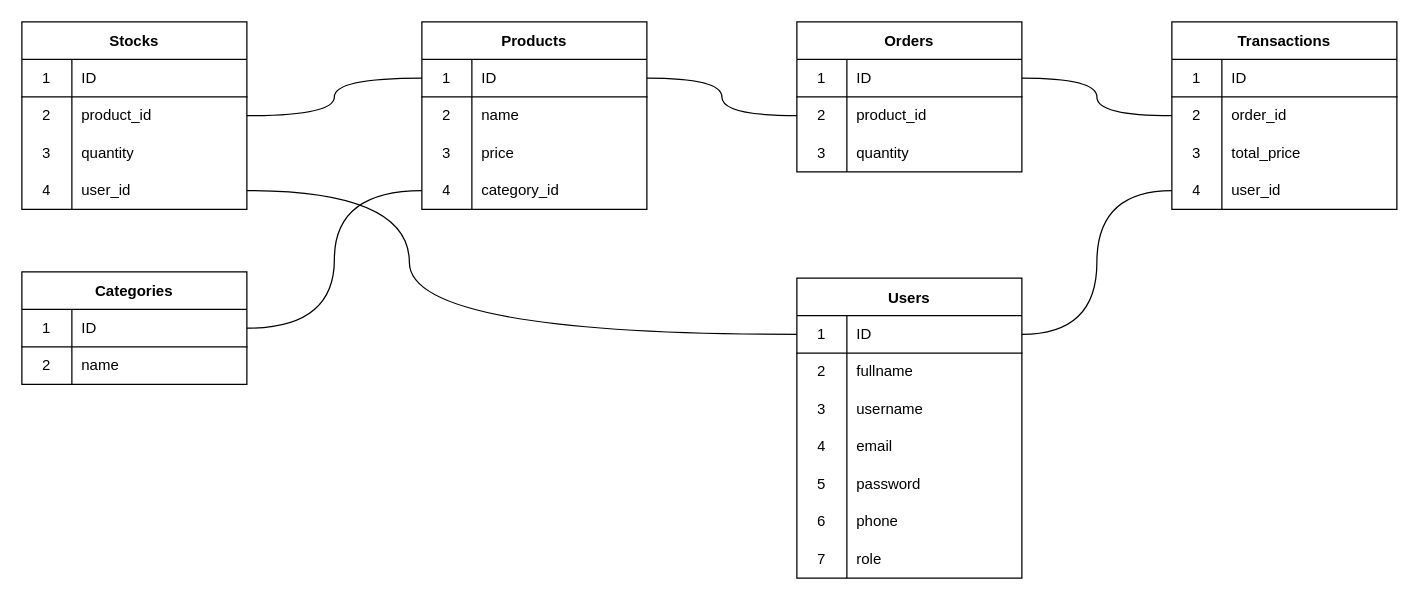
The draw.io diagram pos.drawio in fatihrizqon/pos, before the edit. Source tidied: cells renumbered, new cells numbered last; positions are measured from the earlier drawing's top-left corner, leaving out a move shared by most shapes. Both pictures are drawn from the tidied source at 125%, with x=0, y=0 at pixel (21, 21).
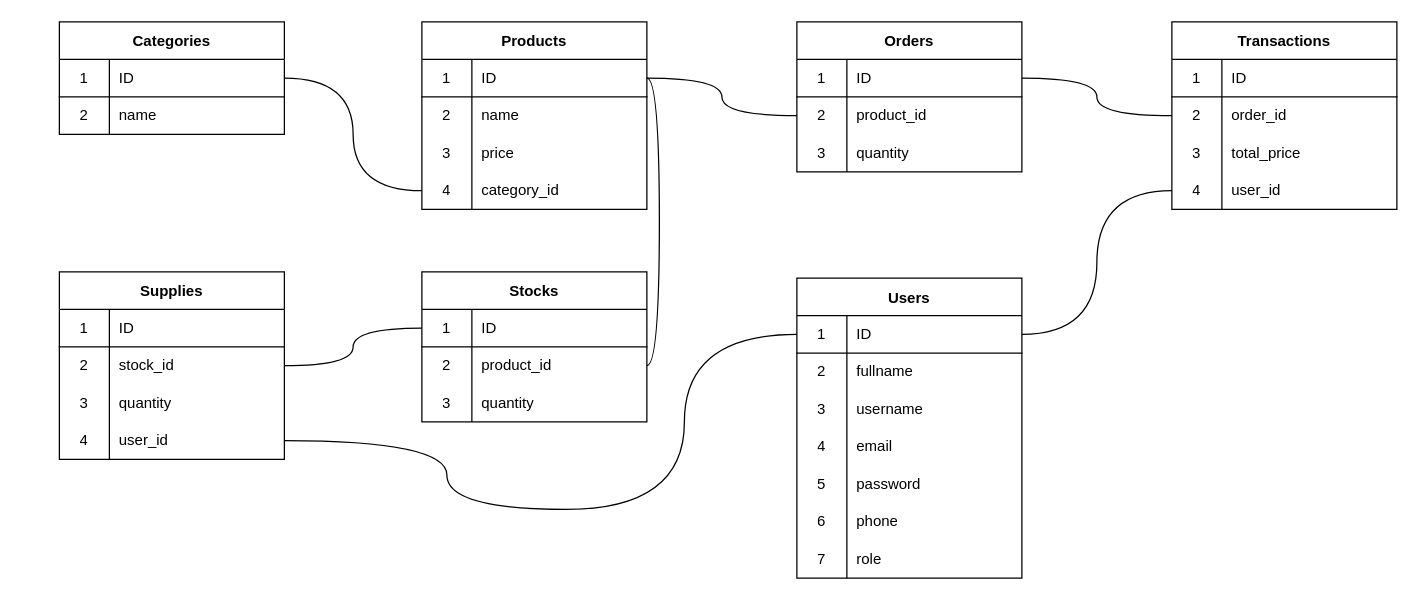
After the change.

Unchanged cells that the change refers to:
```xml
<mxCell id="3" style="shape=partialRectangle;html=1;whiteSpace=wrap;fillColor=none;top=0;left=0;bottom=1;right=0;points=[[0,0.5],[1,0.5]];portConstraint=eastwest;" parent="2" vertex="1">
  <mxGeometry y="30" width="180" height="30" as="geometry" />
</mxCell>
<mxCell id="52" style="shape=partialRectangle;html=1;whiteSpace=wrap;fillColor=none;top=0;left=0;bottom=1;right=0;points=[[0,0.5],[1,0.5]];portConstraint=eastwest;" parent="51" vertex="1">
  <mxGeometry y="30" width="180" height="30" as="geometry" />
</mxCell>
<mxCell id="65" style="shape=partialRectangle;html=1;whiteSpace=wrap;fillColor=none;top=0;left=0;bottom=1;right=0;points=[[0,0.5],[1,0.5]];portConstraint=eastwest;" parent="64" vertex="1">
  <mxGeometry y="30" width="180" height="30" as="geometry" />
</mxCell>
<mxCell id="68" style="shape=partialRectangle;html=1;whiteSpace=wrap;fillColor=none;top=0;left=0;bottom=0;right=0;points=[[0,0.5],[1,0.5]];portConstraint=eastwest;" parent="64" vertex="1">
  <mxGeometry y="60" width="180" height="30" as="geometry" />
</mxCell>
```

The edit, as a diff of the source:
```diff
@@
-    <mxCell id="49" style="edgeStyle=orthogonalEdgeStyle;curved=1;html=1;elbow=vertical;exitX=0;exitY=0.5;exitDx=0;exitDy=0;endArrow=none;entryX=1;entryY=0.5;entryDx=0;entryDy=0;" parent="1" edge="1" source="52" target="68">
+    <mxCell id="49" style="edgeStyle=orthogonalEdgeStyle;curved=1;html=1;elbow=vertical;exitX=1;exitY=0.5;exitDx=0;exitDy=0;endArrow=none;entryX=1;entryY=0.5;entryDx=0;entryDy=0;" parent="1" edge="1" source="52" target="68">
       <mxGeometry relative="1" as="geometry" />
     </mxCell>
@@
     <mxCell id="64" value="Stocks" style="shape=table;startSize=30;childLayout=tableLayout;rowLines=0;fontStyle=1;align=center;" parent="1" vertex="1">
-      <mxGeometry width="180" height="150" as="geometry" />
+      <mxGeometry x="320" y="200" width="180" height="120" as="geometry" />
     </mxCell>
@@
-    <mxCell id="74" style="shape=partialRectangle;html=1;whiteSpace=wrap;fillColor=none;top=0;left=0;bottom=0;right=0;points=[[0,0.5],[1,0.5]];portConstraint=eastwest;" parent="64" vertex="1">
-      <mxGeometry y="120" width="180" height="30" as="geometry" />
-    </mxCell>
-    <mxCell id="75" value="4" style="shape=partialRectangle;html=1;whiteSpace=wrap;fillColor=none;top=0;left=0;bottom=0;right=0;overflow=hidden;" parent="74" vertex="1">
-      <mxGeometry width="40" height="30" as="geometry" />
-    </mxCell>
-    <mxCell id="76" value="user_id" style="shape=partialRectangle;html=1;whiteSpace=wrap;fillColor=none;top=0;left=0;bottom=0;right=0;align=left;spacingLeft=6;overflow=hidden;" parent="74" vertex="1">
-      <mxGeometry x="40" width="140" height="30" as="geometry" />
-    </mxCell>
     <mxCell id="77" value="Categories" style="shape=table;startSize=30;childLayout=tableLayout;rowLines=0;fontStyle=1;align=center;" parent="1" vertex="1">
-      <mxGeometry y="200" width="180" height="90" as="geometry" />
+      <mxGeometry x="30" width="180" height="90" as="geometry" />
     </mxCell>
@@
+    <mxCell id="86" value="Supplies" style="shape=table;startSize=30;childLayout=tableLayout;rowLines=0;fontStyle=1;align=center;" parent="1" vertex="1">
+      <mxGeometry x="30" y="200" width="180" height="150" as="geometry" />
+    </mxCell>
+    <mxCell id="87" style="shape=partialRectangle;html=1;whiteSpace=wrap;fillColor=none;top=0;left=0;bottom=1;right=0;" parent="86" vertex="1">
+      <mxGeometry y="30" width="180" height="30" as="geometry" />
+    </mxCell>
+    <mxCell id="88" value="1" style="shape=partialRectangle;html=1;whiteSpace=wrap;fillColor=none;top=0;left=0;bottom=0;right=0;overflow=hidden;" parent="87" vertex="1">
+      <mxGeometry width="40" height="30" as="geometry" />
+    </mxCell>
+    <mxCell id="89" value="ID" style="shape=partialRectangle;html=1;whiteSpace=wrap;fillColor=none;top=0;left=0;bottom=0;right=0;align=left;spacingLeft=6;overflow=hidden;" parent="87" vertex="1">
+      <mxGeometry x="40" width="140" height="30" as="geometry" />
+    </mxCell>
+    <mxCell id="90" style="shape=partialRectangle;html=1;whiteSpace=wrap;fillColor=none;top=0;left=0;bottom=0;right=0;points=[[0,0.5],[1,0.5]];portConstraint=eastwest;" parent="86" vertex="1">
+      <mxGeometry y="60" width="180" height="30" as="geometry" />
+    </mxCell>
+    <mxCell id="91" value="2" style="shape=partialRectangle;html=1;whiteSpace=wrap;fillColor=none;top=0;left=0;bottom=0;right=0;overflow=hidden;" parent="90" vertex="1">
+      <mxGeometry width="40" height="30" as="geometry" />
+    </mxCell>
+    <mxCell id="92" value="stock_id" style="shape=partialRectangle;html=1;whiteSpace=wrap;fillColor=none;top=0;left=0;bottom=0;right=0;align=left;spacingLeft=6;overflow=hidden;" parent="90" vertex="1">
+      <mxGeometry x="40" width="140" height="30" as="geometry" />
+    </mxCell>
+    <mxCell id="93" style="shape=partialRectangle;html=1;whiteSpace=wrap;fillColor=none;top=0;left=0;bottom=0;right=0;" parent="86" vertex="1">
+      <mxGeometry y="90" width="180" height="30" as="geometry" />
+    </mxCell>
+    <mxCell id="94" value="3" style="shape=partialRectangle;html=1;whiteSpace=wrap;fillColor=none;top=0;left=0;bottom=0;right=0;overflow=hidden;" parent="93" vertex="1">
+      <mxGeometry width="40" height="30" as="geometry" />
+    </mxCell>
+    <mxCell id="95" value="quantity" style="shape=partialRectangle;html=1;whiteSpace=wrap;fillColor=none;top=0;left=0;bottom=0;right=0;align=left;spacingLeft=6;overflow=hidden;" parent="93" vertex="1">
+      <mxGeometry x="40" width="140" height="30" as="geometry" />
+    </mxCell>
+    <mxCell id="74" style="shape=partialRectangle;html=1;whiteSpace=wrap;fillColor=none;top=0;left=0;bottom=0;right=0;points=[[0,0.5],[1,0.5]];portConstraint=eastwest;" parent="86" vertex="1">
+      <mxGeometry y="120" width="180" height="30" as="geometry" />
+    </mxCell>
+    <mxCell id="75" value="4" style="shape=partialRectangle;html=1;whiteSpace=wrap;fillColor=none;top=0;left=0;bottom=0;right=0;overflow=hidden;" parent="74" vertex="1">
+      <mxGeometry width="40" height="30" as="geometry" />
+    </mxCell>
+    <mxCell id="76" value="user_id" style="shape=partialRectangle;html=1;whiteSpace=wrap;fillColor=none;top=0;left=0;bottom=0;right=0;align=left;spacingLeft=6;overflow=hidden;" parent="74" vertex="1">
+      <mxGeometry x="40" width="140" height="30" as="geometry" />
+    </mxCell>
+    <mxCell id="96" style="edgeStyle=orthogonalEdgeStyle;curved=1;html=1;exitX=1;exitY=0.5;exitDx=0;exitDy=0;entryX=0;entryY=0.5;entryDx=0;entryDy=0;endArrow=none;" parent="1" edge="1" source="90" target="65">
+      <mxGeometry relative="1" as="geometry" />
+    </mxCell>
-    <mxCell id="85" style="edgeStyle=orthogonalEdgeStyle;curved=1;html=1;exitX=1;exitY=0.5;exitDx=0;exitDy=0;entryX=0;entryY=0.5;entryDx=0;entryDy=0;elbow=vertical;endArrow=none;" parent="1" edge="1" source="74" target="3">
+    <mxCell id="85" style="edgeStyle=orthogonalEdgeStyle;curved=1;html=1;exitX=1;exitY=0.5;exitDx=0;exitDy=0;entryX=0;entryY=0.5;entryDx=0;entryDy=0;endArrow=none;" parent="1" edge="1" source="74" target="3">
       <mxGeometry relative="1" as="geometry">
         <Array as="points">
-          <mxPoint x="310" y="135" />
-          <mxPoint x="310" y="250" />
+          <mxPoint x="340" y="335" />
+          <mxPoint x="340" y="390" />
+          <mxPoint x="530" y="390" />
+          <mxPoint x="530" y="250" />
         </Array>
       </mxGeometry>
     </mxCell>
```
